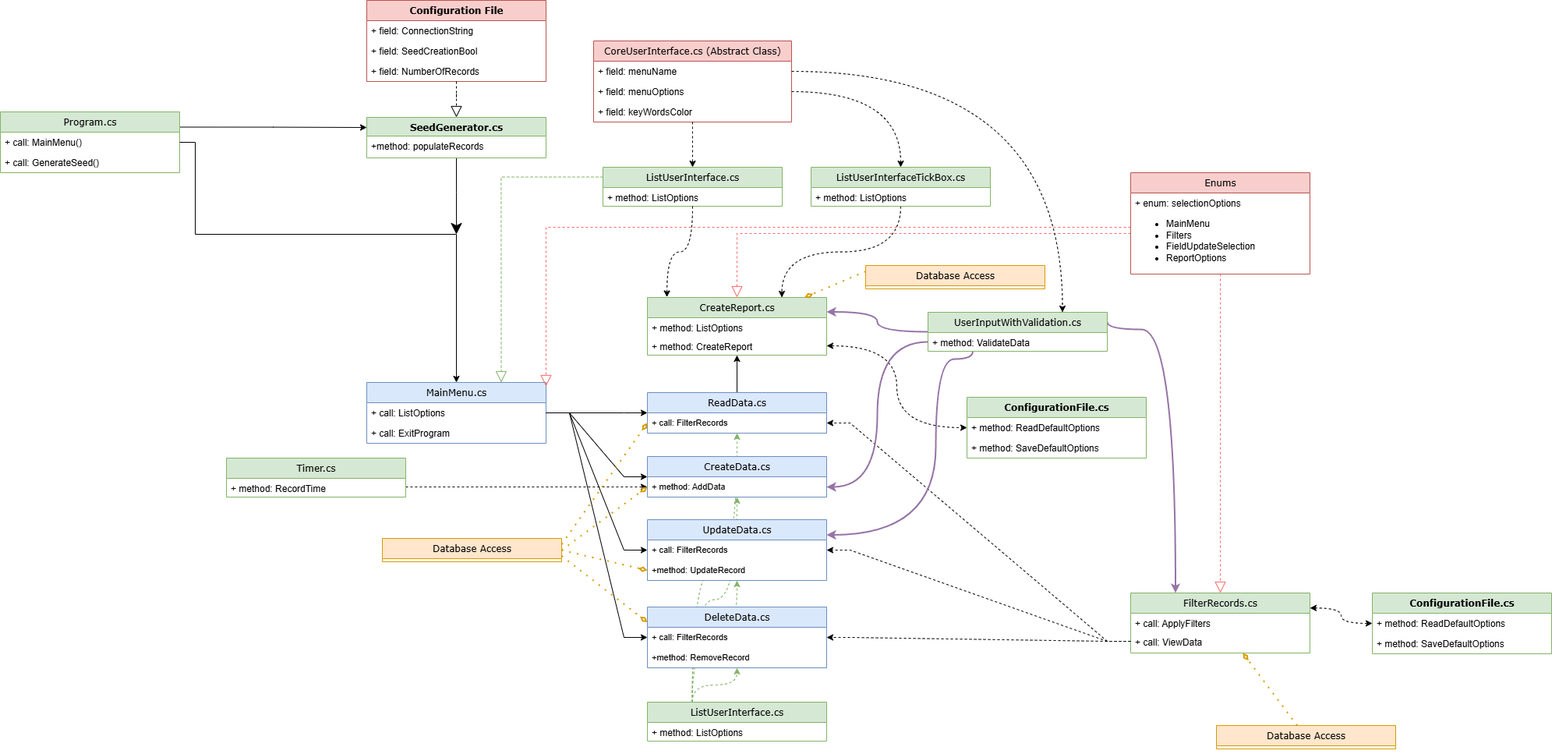
This is Console.CodingTracker/Diagrams/Classes.drawio.png from Wolfieeex/CodeReviews.Console.CodingTracker, a draw.io export, as it was before one commit. Source tidied: cells renumbered, new cells last; positions are measured from the earlier drawing's top-left corner, leaving out a move shared by most shapes.
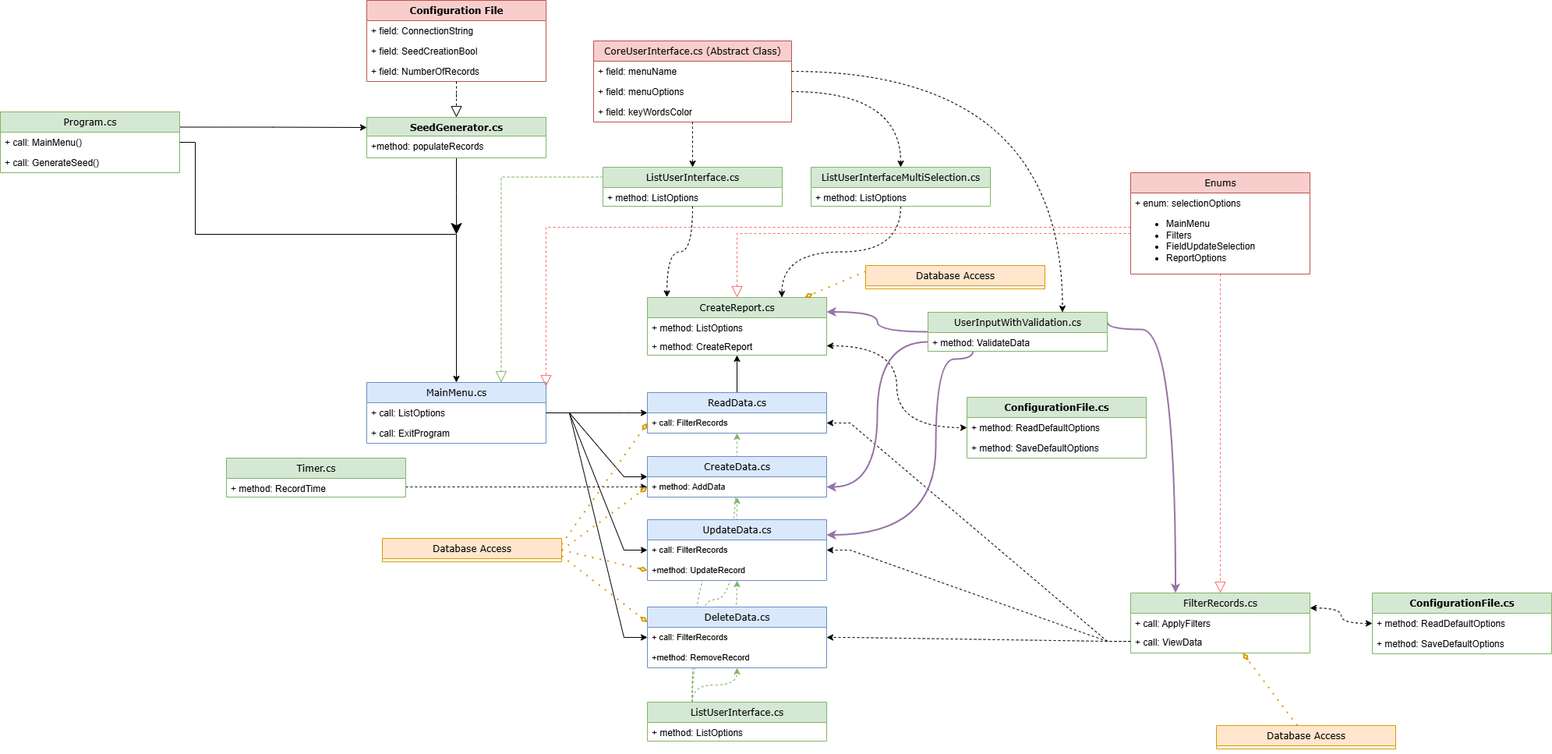
Above is the later version.

The edit, as a diff of the source:
```diff
@@ -195,7 +195,7 @@
     <mxCell id="60" style="edgeStyle=orthogonalEdgeStyle;shape=connector;curved=1;rounded=0;jumpStyle=none;jettySize=auto;html=1;entryX=0.75;entryY=0;entryDx=0;entryDy=0;dashed=1;strokeColor=default;align=center;verticalAlign=middle;fontFamily=Verdana;fontSize=12;fontColor=default;fontStyle=0;labelBackgroundColor=none;endArrow=classic;flowAnimation=0;" parent="1" edge="1" source="61" target="40">
       <mxGeometry relative="1" as="geometry" />
     </mxCell>
-    <mxCell id="61" value="ListUserInterfaceTickBox.cs" style="swimlane;html=1;fontStyle=0;align=center;verticalAlign=top;horizontal=1;startSize=26;swimlaneFillColor=#ffffff;rounded=0;shadow=0;comic=0;labelBackgroundColor=none;strokeWidth=1;fillColor=#d5e8d4;fontFamily=Verdana;fontSize=12;swimlaneLine=1;strokeColor=#82b366;" parent="1" vertex="1">
+    <mxCell id="61" value="ListUserInterfaceMultiSelection.cs" style="swimlane;html=1;fontStyle=0;align=center;verticalAlign=top;horizontal=1;startSize=26;swimlaneFillColor=#ffffff;rounded=0;shadow=0;comic=0;labelBackgroundColor=none;strokeWidth=1;fillColor=#d5e8d4;fontFamily=Verdana;fontSize=12;swimlaneLine=1;strokeColor=#82b366;" parent="1" vertex="1">
       <mxGeometry x="1040" y="214" width="230" height="50" as="geometry" />
     </mxCell>
     <mxCell id="62" value="+ method: ListOptions" style="text;html=1;strokeColor=none;fillColor=none;align=left;verticalAlign=top;spacingLeft=4;spacingRight=4;whiteSpace=wrap;overflow=hidden;" parent="61" vertex="1">
```
